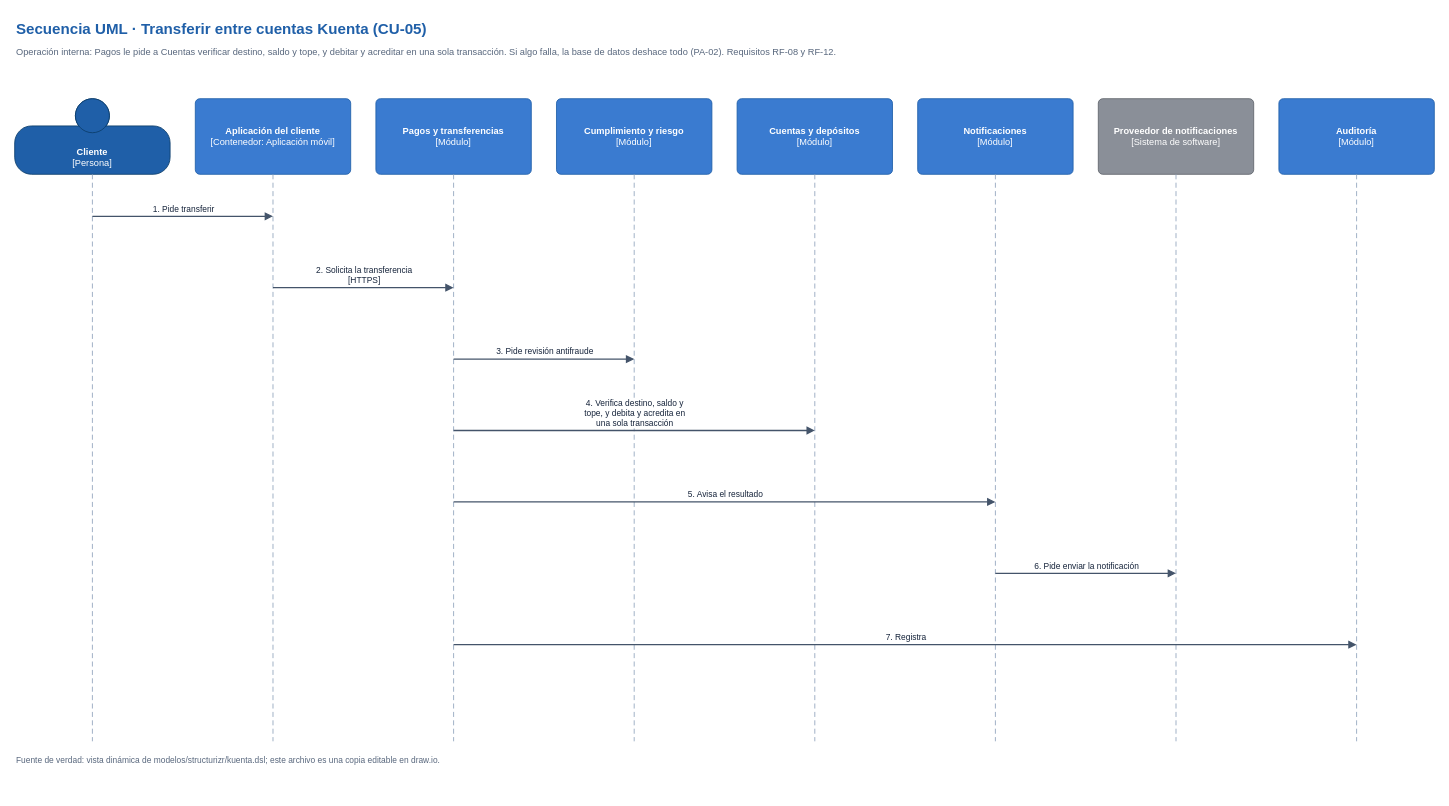
maomauro/fintech-kuenta keeps this draw.io diagram as modelos/uml/secuencia-transferencia-entre-cuentas.drawio. Above is the earlier version. Source tidied: cells renumbered, new cells numbered last; positions are measured from the earlier drawing's top-left corner, leaving out a move shared by most shapes. Both pictures are drawn from the tidied source at 84%, with x=0, y=0 at pixel (14, 14).
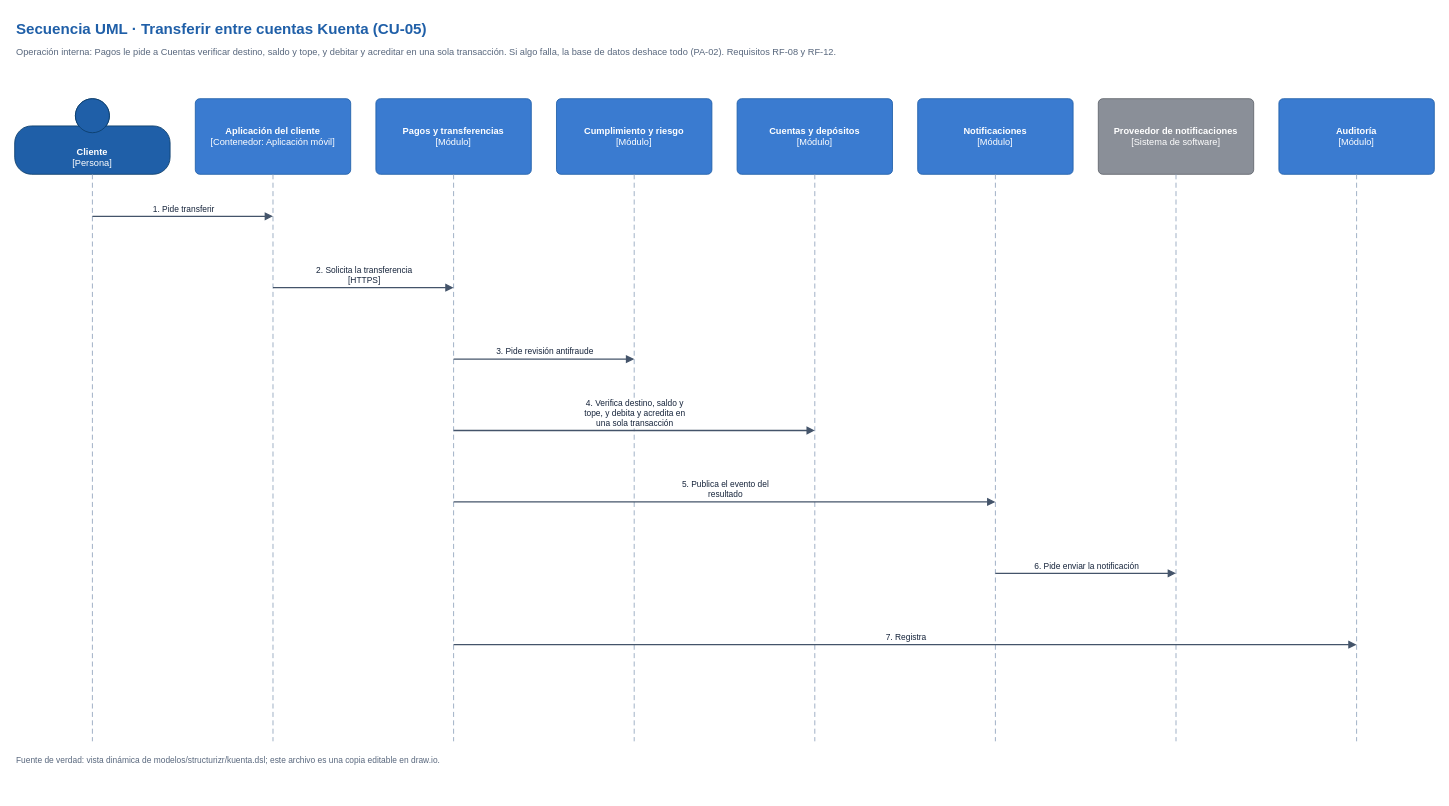
The same page after the edit.

Change to the diagram source:
```diff
@@
-    <mxCell id="24" value="5. Avisa el resultado" style="endArrow=block;endFill=1;html=1;rounded=0;strokeColor=#44546A;fontSize=10;fontColor=#15233A;labelBackgroundColor=#FFFFFF;strokeWidth=1.5;verticalLabelPosition=top;verticalAlign=bottom;" parent="1" edge="1">
+    <mxCell id="24" value="5. Publica el evento del&lt;br&gt;resultado" style="endArrow=block;endFill=1;html=1;rounded=0;strokeColor=#44546A;fontSize=10;fontColor=#15233A;labelBackgroundColor=#FFFFFF;strokeWidth=1.5;verticalLabelPosition=top;verticalAlign=bottom;" parent="1" edge="1">
       <mxGeometry relative="1" as="geometry">
         <mxPoint x="522.5" y="580" as="sourcePoint" />
         <mxPoint x="1167.5" y="580" as="targetPoint" />
       </mxGeometry>
     </mxCell>
```
